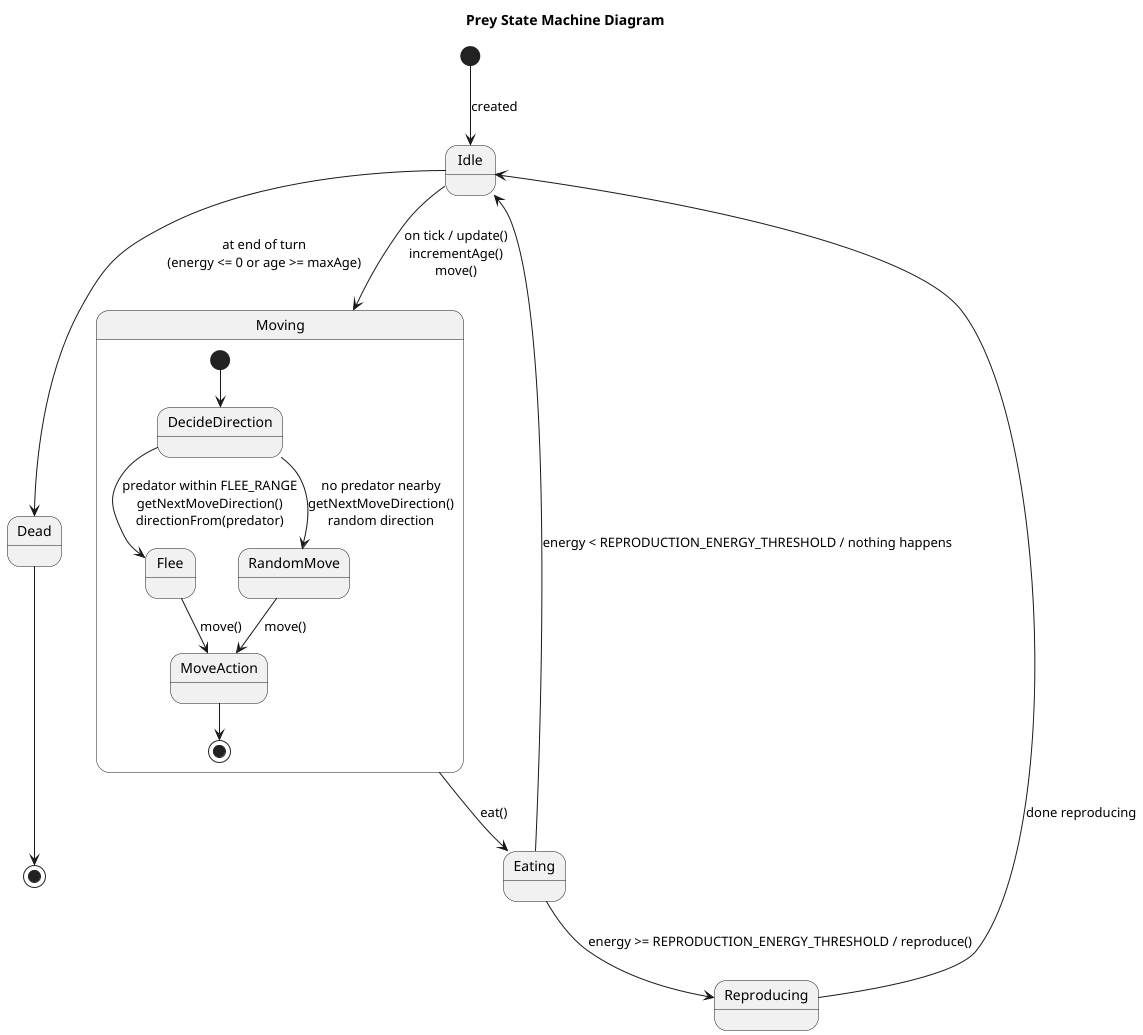
Before: diagrams/png/prey_state_machine_diagram.png, a diagram exported from PlantUML (szycic/wild-loop).
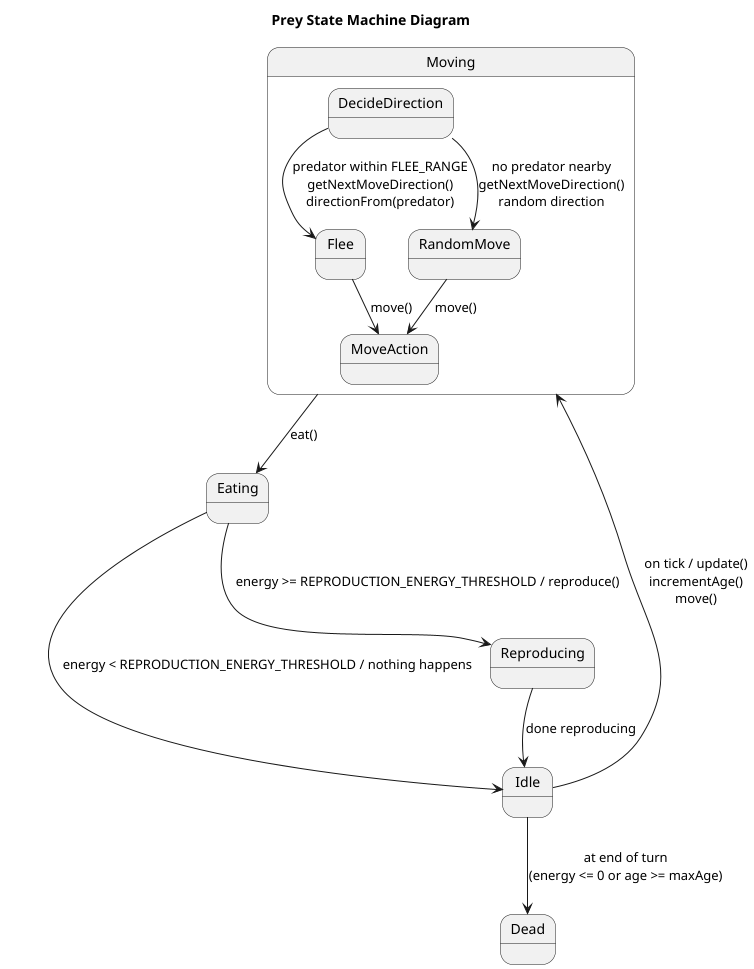
The same diagram one commit later.

Commit message:
Update state machine diagrams

Diff of the diagram source:
```diff
@@ -1,17 +1,13 @@
 @startuml
 title Prey State Machine Diagram
-
-[*] --> Idle : created
 
 Idle --> Moving : on tick / update()\nincrementAge()\nmove()
 
 state Moving {
-    [*] --> DecideDirection
     DecideDirection --> Flee : predator within FLEE_RANGE\ngetNextMoveDirection()\ndirectionFrom(predator)
     DecideDirection --> RandomMove : no predator nearby\ngetNextMoveDirection()\nrandom direction
     Flee --> MoveAction : move()
     RandomMove --> MoveAction : move()
-    MoveAction --> [*]
 }
 
 Moving --> Eating : eat()
@@ -21,5 +17,4 @@
 
 Idle --> Dead : at end of turn\n(energy <= 0 or age >= maxAge)
 
-Dead --> [*]
 @enduml
```
